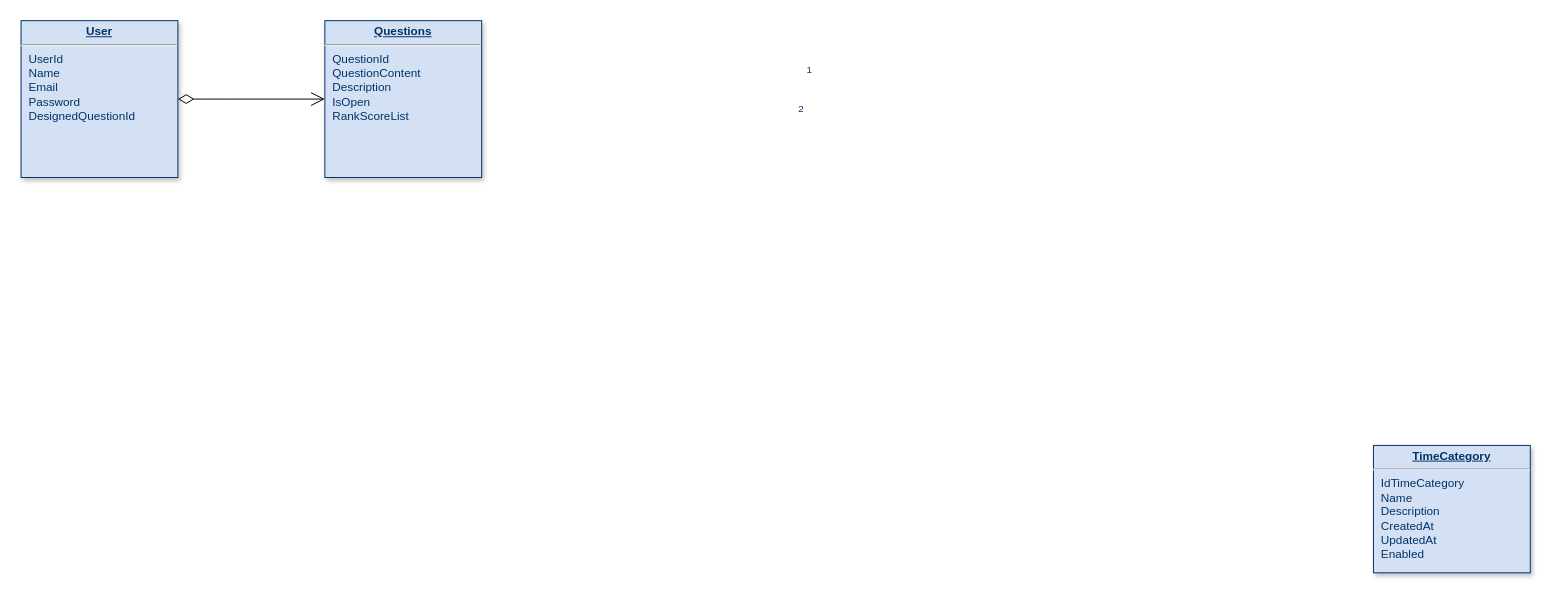
Earlier version of the draw.io diagram db_diagram.drawio (ljxowen/flask_project). Source tidied: cells renumbered, new cells numbered last; positions are measured from the earlier drawing's top-left corner, leaving out a move shared by most shapes. Both pictures are drawn from the tidied source at 98%, with x=0, y=0 at pixel (21, 21).
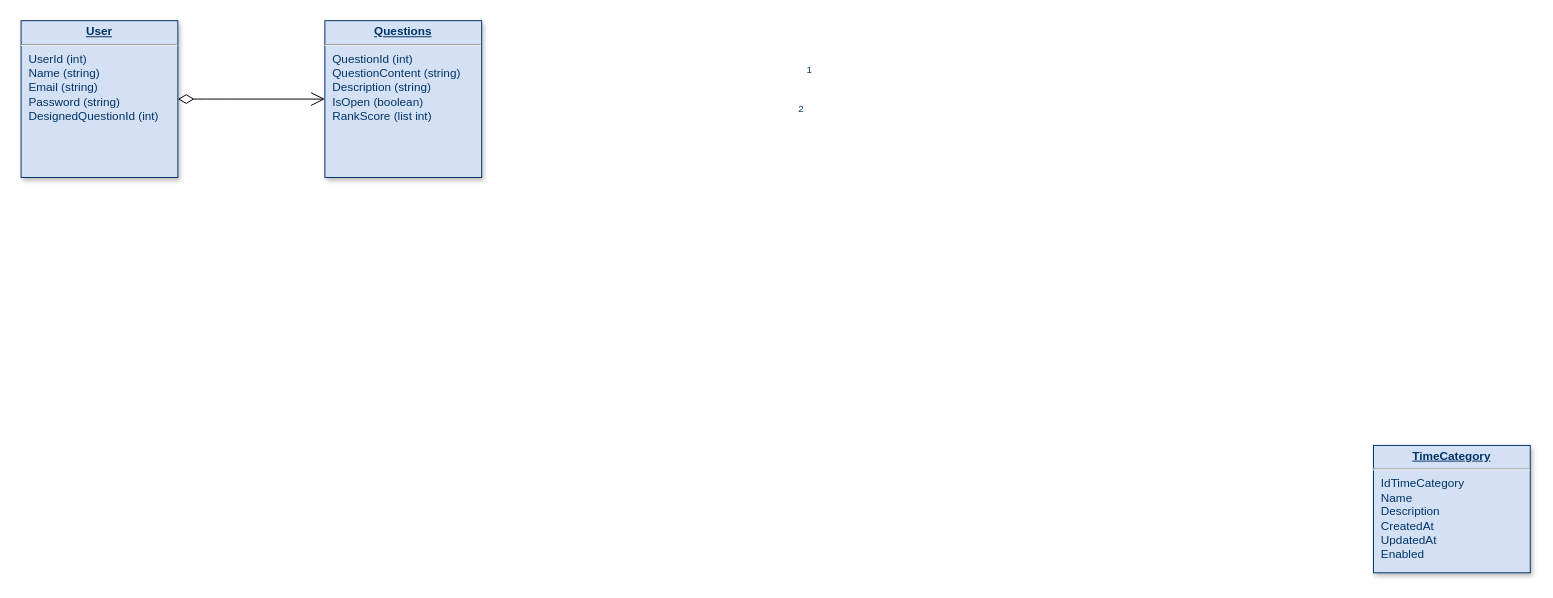
After the change.

What changed in the source:
```diff
@@
 <mxGraphModel>
   <root>
     <mxCell id="0" />
     <mxCell id="1" parent="0" />
-    <mxCell id="2" value="&lt;p style=&quot;margin: 0px; margin-top: 4px; text-align: center; text-decoration: underline;&quot;&gt;&lt;b&gt;Questions&lt;/b&gt;&lt;/p&gt;&lt;hr&gt;&lt;p style=&quot;margin: 0px; margin-left: 8px;&quot;&gt;QuestionId&lt;/p&gt;&lt;p style=&quot;margin: 0px; margin-left: 8px;&quot;&gt;QuestionContent&lt;/p&gt;&lt;p style=&quot;margin: 0px; margin-left: 8px;&quot;&gt;Description&lt;/p&gt;&lt;p style=&quot;margin: 0px; margin-left: 8px;&quot;&gt;IsOpen&lt;/p&gt;&lt;p style=&quot;margin: 0px; margin-left: 8px;&quot;&gt;RankScoreList&lt;/p&gt;&lt;p style=&quot;margin: 0px; margin-left: 8px;&quot;&gt;&lt;br&gt;&lt;/p&gt;" style="verticalAlign=top;align=left;overflow=fill;fontSize=12;fontFamily=Helvetica;html=1;strokeColor=#003366;shadow=1;fillColor=#D4E1F5;fontColor=#003366;" parent="1" vertex="1">
+    <mxCell id="2" value="&lt;p style=&quot;margin: 0px; margin-top: 4px; text-align: center; text-decoration: underline;&quot;&gt;&lt;b&gt;Questions&lt;/b&gt;&lt;/p&gt;&lt;hr&gt;&lt;p style=&quot;margin: 0px; margin-left: 8px;&quot;&gt;QuestionId (int)&lt;/p&gt;&lt;p style=&quot;margin: 0px; margin-left: 8px;&quot;&gt;QuestionContent (string)&lt;/p&gt;&lt;p style=&quot;margin: 0px; margin-left: 8px;&quot;&gt;Description (string)&lt;/p&gt;&lt;p style=&quot;margin: 0px; margin-left: 8px;&quot;&gt;IsOpen (boolean)&lt;/p&gt;&lt;p style=&quot;margin: 0px; margin-left: 8px;&quot;&gt;RankScore (list int)&lt;/p&gt;&lt;p style=&quot;margin: 0px; margin-left: 8px;&quot;&gt;&lt;br&gt;&lt;/p&gt;" style="verticalAlign=top;align=left;overflow=fill;fontSize=12;fontFamily=Helvetica;html=1;strokeColor=#003366;shadow=1;fillColor=#D4E1F5;fontColor=#003366;" parent="1" vertex="1">
       <mxGeometry x="310" y="-0.4" width="160" height="160" as="geometry" />
     </mxCell>
-    <mxCell id="3" value="&lt;p style=&quot;margin: 0px; margin-top: 4px; text-align: center; text-decoration: underline;&quot;&gt;&lt;b&gt;User&lt;/b&gt;&lt;/p&gt;&lt;hr&gt;&lt;p style=&quot;margin: 0px; margin-left: 8px;&quot;&gt;UserId&lt;/p&gt;&lt;p style=&quot;margin: 0px; margin-left: 8px;&quot;&gt;Name&lt;/p&gt;&lt;p style=&quot;margin: 0px; margin-left: 8px;&quot;&gt;Email&lt;/p&gt;&lt;p style=&quot;margin: 0px; margin-left: 8px;&quot;&gt;Password&lt;/p&gt;&lt;p style=&quot;margin: 0px; margin-left: 8px;&quot;&gt;DesignedQuestionId&lt;/p&gt;&lt;p style=&quot;margin: 0px; margin-left: 8px;&quot;&gt;&lt;br&gt;&lt;/p&gt;" style="verticalAlign=top;align=left;overflow=fill;fontSize=12;fontFamily=Helvetica;html=1;strokeColor=#003366;shadow=1;fillColor=#D4E1F5;fontColor=#003366;" parent="1" vertex="1">
+    <mxCell id="3" value="&lt;p style=&quot;margin: 0px; margin-top: 4px; text-align: center; text-decoration: underline;&quot;&gt;&lt;b&gt;User&lt;/b&gt;&lt;/p&gt;&lt;hr&gt;&lt;p style=&quot;margin: 0px; margin-left: 8px;&quot;&gt;UserId (int)&lt;/p&gt;&lt;p style=&quot;margin: 0px; margin-left: 8px;&quot;&gt;Name (string)&lt;/p&gt;&lt;p style=&quot;margin: 0px; margin-left: 8px;&quot;&gt;Email (string)&lt;/p&gt;&lt;p style=&quot;margin: 0px; margin-left: 8px;&quot;&gt;Password (string)&lt;/p&gt;&lt;p style=&quot;margin: 0px; margin-left: 8px;&quot;&gt;DesignedQuestionId (int)&lt;/p&gt;&lt;p style=&quot;margin: 0px; margin-left: 8px;&quot;&gt;&lt;br&gt;&lt;/p&gt;" style="verticalAlign=top;align=left;overflow=fill;fontSize=12;fontFamily=Helvetica;html=1;strokeColor=#003366;shadow=1;fillColor=#D4E1F5;fontColor=#003366;" parent="1" vertex="1">
       <mxGeometry y="-0.4" width="160" height="160" as="geometry" />
     </mxCell>
     <mxCell id="4" value="&lt;p style=&quot;margin: 0px; margin-top: 4px; text-align: center; text-decoration: underline;&quot;&gt;&lt;strong&gt;TimeCategory&lt;/strong&gt;&lt;/p&gt;&lt;hr /&gt;&lt;p style=&quot;margin: 0px; margin-left: 8px;&quot;&gt;IdTimeCategory&lt;/p&gt;&lt;p style=&quot;margin: 0px; margin-left: 8px;&quot;&gt;Name&lt;/p&gt;&lt;p style=&quot;margin: 0px; margin-left: 8px;&quot;&gt;Description&lt;/p&gt;&lt;p style=&quot;margin: 0px; margin-left: 8px;&quot;&gt;CreatedAt&lt;/p&gt;&lt;p style=&quot;margin: 0px; margin-left: 8px;&quot;&gt;UpdatedAt&lt;/p&gt;&lt;p style=&quot;margin: 0px; margin-left: 8px;&quot;&gt;Enabled&lt;/p&gt;" style="verticalAlign=top;align=left;overflow=fill;fontSize=12;fontFamily=Helvetica;html=1;strokeColor=#003366;shadow=1;fillColor=#D4E1F5;fontColor=#003366;" parent="1" vertex="1">
       <mxGeometry x="1380" y="433" width="160" height="130" as="geometry" />
     </mxCell>
     <mxCell id="5" style="endArrow=open;endSize=12;startArrow=diamondThin;startSize=14;startFill=0;edgeStyle=orthogonalEdgeStyle;" parent="1" edge="1" source="3" target="2">
       <mxGeometry x="620" y="340" as="geometry">
         <Array as="points">
           <mxPoint x="200" y="80" />
           <mxPoint x="200" y="80" />
         </Array>
       </mxGeometry>
     </mxCell>
     <mxCell id="6" value="1" style="align=left;verticalAlign=top;labelBackgroundColor=#ffffff;fontSize=10;strokeColor=#003366;shadow=1;fillColor=#D4E1F5;fontColor=#003366;" parent="5" vertex="1">
       <mxGeometry x="-1" relative="1" as="geometry">
         <mxPoint x="640" y="-42" as="offset" />
       </mxGeometry>
     </mxCell>
     <mxCell id="7" value="2" style="align=right;verticalAlign=top;labelBackgroundColor=#ffffff;fontSize=10;strokeColor=#003366;shadow=1;fillColor=#D4E1F5;fontColor=#003366;" parent="5" vertex="1">
       <mxGeometry x="1" relative="1" as="geometry">
         <mxPoint x="490" y="-2" as="offset" />
       </mxGeometry>
     </mxCell>
   </root>
 </mxGraphModel>
```
